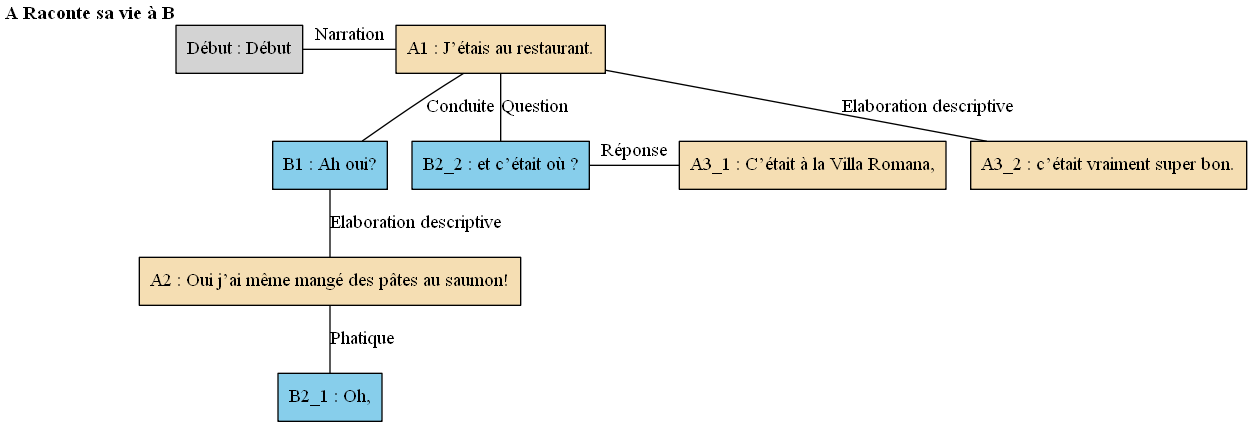
The Graphviz diagram arbres/Bac_a_sable/Bac_a_sable_-_E15.gv.png in AlaixComet/AnnotationSlamPTut, before a commit. Its source is kept beside it as arbres/Bac_a_sable/Bac_a_sable_-_E15.gv. Its diagram source:
```dot
digraph E15 {
	node [shape=box style=filled]
	"Début" [label="Début : Début" xlabel=<<B>A Raconte sa vie à B</B>>]
	A1 [label="A1 : J’étais au restaurant." fillcolor=wheat xlabel=""]
	B1 [label="B1 : Ah oui?" fillcolor=skyblue xlabel=""]
	A2 [label="A2 : Oui j’ai même mangé des pâtes au saumon!" fillcolor=wheat xlabel=""]
	B2_1 [label="B2_1 : Oh," fillcolor=skyblue xlabel=""]
	B2_2 [label="B2_2 : et c’était où ?" fillcolor=skyblue xlabel=""]
	A3_1 [label="A3_1 : C’était à la Villa Romana," fillcolor=wheat xlabel=""]
	A3_2 [label="A3_2 : c’était vraiment super bon." fillcolor=wheat xlabel=""]
	{
		rank=same
		"Début"
		A1
		"Début" -> A1 [label=Narration dir=none]
	}
	A1 -> B1 [label=Conduite dir=none]
	B1 -> A2 [label="Elaboration descriptive" dir=none]
	A2 -> B2_1 [label=Phatique dir=none]
	A1 -> B2_2 [label=Question dir=none]
	{
		rank=same
		B2_2
		A3_1
		B2_2 -> A3_1 [label="Réponse" dir=none]
	}
	A1 -> A3_2 [label="Elaboration descriptive" dir=none]
}
```
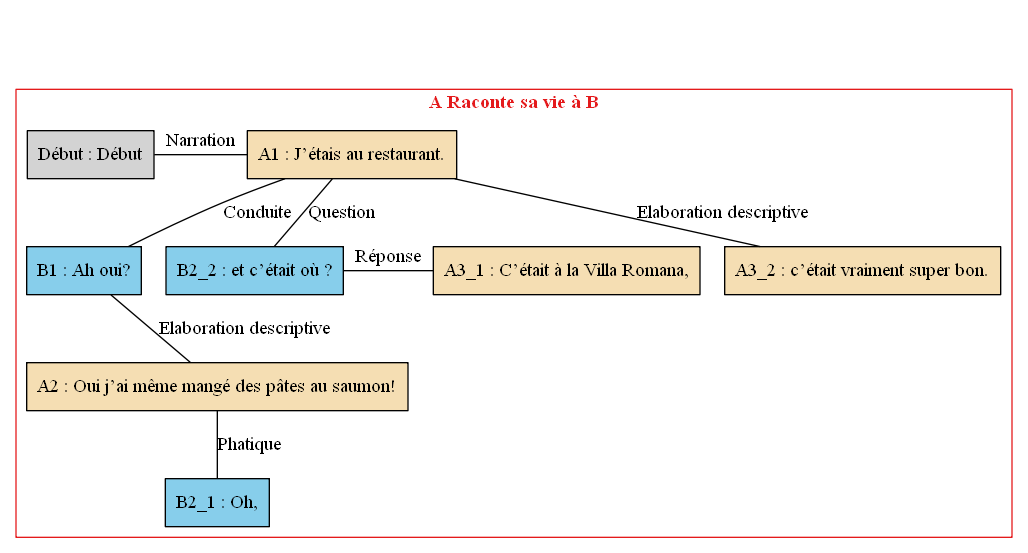
After the commit.

Change to the diagram source:
```diff
@@ -1,28 +1,37 @@
 digraph E15 {
 	node [shape=box style=filled]
-	"Début" [label="Début : Début" xlabel=<<B>A Raconte sa vie à B</B>>]
-	A1 [label="A1 : J’étais au restaurant." fillcolor=wheat xlabel=""]
-	B1 [label="B1 : Ah oui?" fillcolor=skyblue xlabel=""]
-	A2 [label="A2 : Oui j’ai même mangé des pâtes au saumon!" fillcolor=wheat xlabel=""]
-	B2_1 [label="B2_1 : Oh," fillcolor=skyblue xlabel=""]
-	B2_2 [label="B2_2 : et c’était où ?" fillcolor=skyblue xlabel=""]
-	A3_1 [label="A3_1 : C’était à la Villa Romana," fillcolor=wheat xlabel=""]
-	A3_2 [label="A3_2 : c’était vraiment super bon." fillcolor=wheat xlabel=""]
-	{
-		rank=same
+	newrank=true
+	zero [style=invis]
+	"Début" [label="Début : Début"]
+	A1 [label="A1 : J’étais au restaurant." fillcolor=wheat]
+	B1 [label="B1 : Ah oui?" fillcolor=skyblue]
+	A2 [label="A2 : Oui j’ai même mangé des pâtes au saumon!" fillcolor=wheat]
+	B2_1 [label="B2_1 : Oh," fillcolor=skyblue]
+	B2_2 [label="B2_2 : et c’était où ?" fillcolor=skyblue]
+	A3_1 [label="A3_1 : C’était à la Villa Romana," fillcolor=wheat]
+	A3_2 [label="A3_2 : c’était vraiment super bon." fillcolor=wheat]
+	zero -> "Début" [label="" style=invis]
+	zero -> A1 [style=invis weight=1]
+	"Début" -> A1 [label=Narration constraint=false dir=none]
+	A1 -> B1 [label=Conduite dir=none weight=2]
+	B1 -> A2 [label="Elaboration descriptive" dir=none weight=2]
+	A2 -> B2_1 [label=Phatique dir=none weight=2]
+	A1 -> B2_2 [label=Question dir=none weight=2]
+	A1 -> A3_1 [style=invis weight=1]
+	B2_2 -> A3_1 [label="Réponse" constraint=false dir=none]
+	A1 -> A3_2 [label="Elaboration descriptive" dir=none weight=2]
+	subgraph cluster_1 {
+		label=<<B>A Raconte sa vie à B</B>>
+		colorscheme=set19
+		color=1
+		fontcolor=1
 		"Début"
 		A1
-		"Début" -> A1 [label=Narration dir=none]
-	}
-	A1 -> B1 [label=Conduite dir=none]
-	B1 -> A2 [label="Elaboration descriptive" dir=none]
-	A2 -> B2_1 [label=Phatique dir=none]
-	A1 -> B2_2 [label=Question dir=none]
-	{
-		rank=same
+		B1
+		A2
+		B2_1
 		B2_2
 		A3_1
-		B2_2 -> A3_1 [label="Réponse" dir=none]
+		A3_2
 	}
-	A1 -> A3_2 [label="Elaboration descriptive" dir=none]
 }
```
